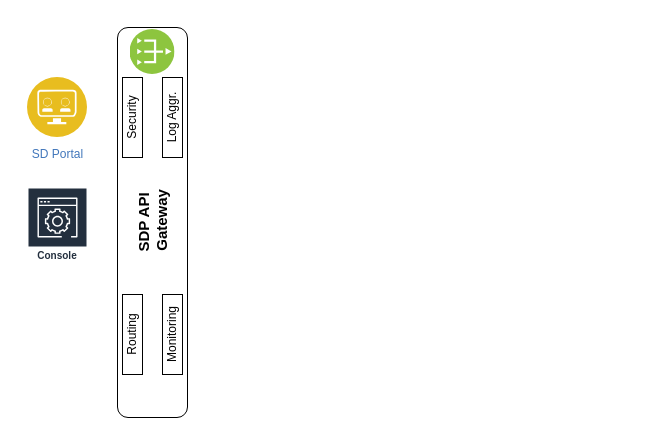
Before: sdp.drawio in SriPuranam/docker-volume-gluster, a draw.io diagram. Source tidied: cells renumbered, new cells numbered last; positions are measured from the earlier drawing's top-left corner, leaving out a move shared by most shapes. Both pictures are drawn from the tidied source at 100%, with x=0, y=0 at pixel (27, 27). Pictures stored in the file or linked from it are replaced by grey dashed boxes.
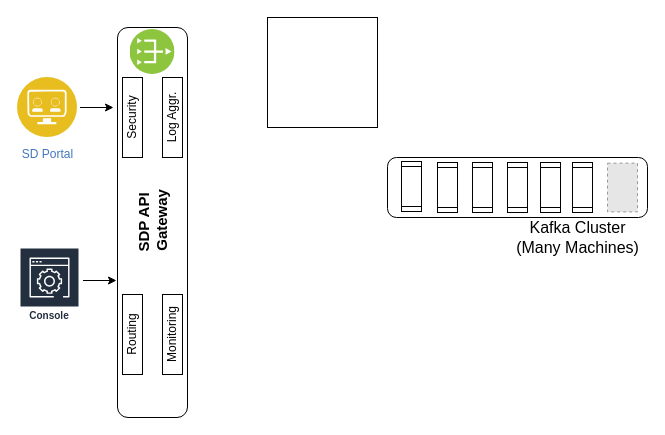
The same page after the edit.

Change to the diagram source:
```diff
@@
     <mxCell id="3" value="SD Portal" style="perimeter=ellipsePerimeter;html=1;align=center;shadow=0;dashed=0;fontColor=#4277BB;labelBackgroundColor=#ffffff;fontSize=12;spacingTop=3;image;image=img/lib/ibm/applications/api_developer_portal.svg;" parent="1" vertex="1">
-      <mxGeometry y="50" width="60" height="60" as="geometry" />
+      <mxGeometry x="-10" y="50" width="60" height="60" as="geometry" />
     </mxCell>
     <mxCell id="4" value="&lt;br&gt;&lt;br&gt;&lt;br&gt;Console" style="fontColor=#232F3E;gradientColor=none;strokeColor=#ffffff;fillColor=#232F3E;dashed=0;verticalLabelPosition=middle;verticalAlign=middle;align=center;html=1;whiteSpace=wrap;fontSize=10;fontStyle=1;spacing=3;shape=mxgraph.aws4.productIcon;prIcon=mxgraph.aws4.management_console;labelPosition=center;" parent="1" vertex="1">
-      <mxGeometry y="160" width="60" height="100" as="geometry" />
+      <mxGeometry x="-8" y="220" width="60" height="100" as="geometry" />
     </mxCell>
@@
+    <mxCell id="10" style="endArrow=classic;html=1;" parent="1" edge="1">
+      <mxGeometry relative="1" as="geometry">
+        <mxPoint x="52.5" y="80" as="sourcePoint" />
+        <mxPoint x="86" y="80" as="targetPoint" />
+      </mxGeometry>
+    </mxCell>
+    <mxCell id="11" style="endArrow=classic;html=1;" parent="1" edge="1">
+      <mxGeometry relative="1" as="geometry">
+        <mxPoint x="55.5" y="253" as="sourcePoint" />
+        <mxPoint x="89" y="253" as="targetPoint" />
+      </mxGeometry>
+    </mxCell>
+    <mxCell id="12" style="rounded=1;whiteSpace=wrap;html=1;" parent="1" vertex="1">
+      <mxGeometry x="360" y="130" width="260" height="60" as="geometry" />
+    </mxCell>
+    <mxCell id="13" value="Kafka Cluster&lt;br style=&quot;font-size: 16px;&quot;&gt;(Many Machines)" style="text;html=1;align=center;verticalAlign=middle;fontSize=16;" parent="1" vertex="1">
+      <mxGeometry x="480" y="190" width="140" height="40" as="geometry" />
+    </mxCell>
+    <mxCell id="14" style="shape=process;whiteSpace=wrap;html=1;backgroundOutline=1;fontSize=20;rotation=90;" parent="1" vertex="1">
+      <mxGeometry x="359" y="149" width="50" height="20" as="geometry" />
+    </mxCell>
+    <mxCell id="15" style="shape=process;whiteSpace=wrap;html=1;backgroundOutline=1;fontSize=20;rotation=90;" parent="1" vertex="1">
+      <mxGeometry x="395" y="150" width="50" height="20" as="geometry" />
+    </mxCell>
+    <mxCell id="16" style="shape=process;whiteSpace=wrap;html=1;backgroundOutline=1;fontSize=20;rotation=90;" parent="1" vertex="1">
+      <mxGeometry x="430" y="150" width="50" height="20" as="geometry" />
+    </mxCell>
+    <mxCell id="17" style="shape=process;whiteSpace=wrap;html=1;backgroundOutline=1;fontSize=20;rotation=90;" parent="1" vertex="1">
+      <mxGeometry x="465" y="150" width="50" height="20" as="geometry" />
+    </mxCell>
+    <mxCell id="18" style="shape=process;whiteSpace=wrap;html=1;backgroundOutline=1;fontSize=20;rotation=90;" parent="1" vertex="1">
+      <mxGeometry x="498" y="150" width="50" height="20" as="geometry" />
+    </mxCell>
+    <mxCell id="19" style="shape=process;whiteSpace=wrap;html=1;backgroundOutline=1;fontSize=20;rotation=90;" parent="1" vertex="1">
+      <mxGeometry x="530" y="150" width="50" height="20" as="geometry" />
+    </mxCell>
+    <mxCell id="20" style="fillColor=#E6E6E6;strokeColor=#999999;dashed=1;verticalLabelPosition=bottom;labelBackgroundColor=#ffffff;verticalAlign=top;" parent="1" vertex="1">
+      <mxGeometry x="580" y="135.7" width="30" height="48.7" as="geometry" />
+    </mxCell>
+    <mxCell id="21" style="whiteSpace=wrap;html=1;fontSize=12;" parent="1" vertex="1">
+      <mxGeometry x="240" y="-10" width="110" height="110" as="geometry" />
+    </mxCell>
```
